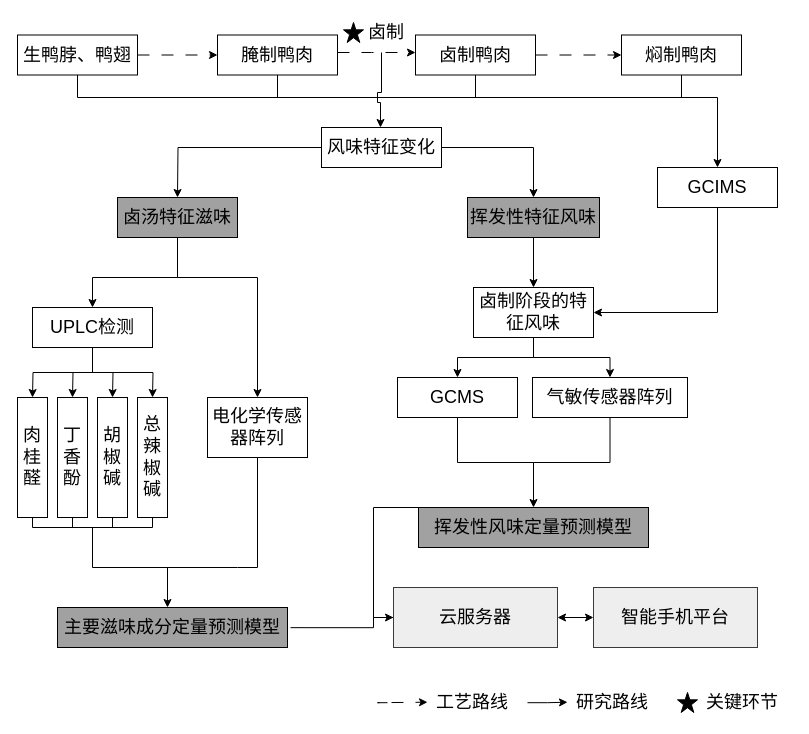
zheng-oh/dragrams keeps this draw.io diagram as 大论文.drawio. Above is the earlier version. Source tidied: cells renumbered, new cells numbered last; positions are measured from the earlier drawing's top-left corner, leaving out a move shared by most shapes. Both pictures are drawn from the tidied source at 100%, with x=0, y=0 at pixel (17, 17).
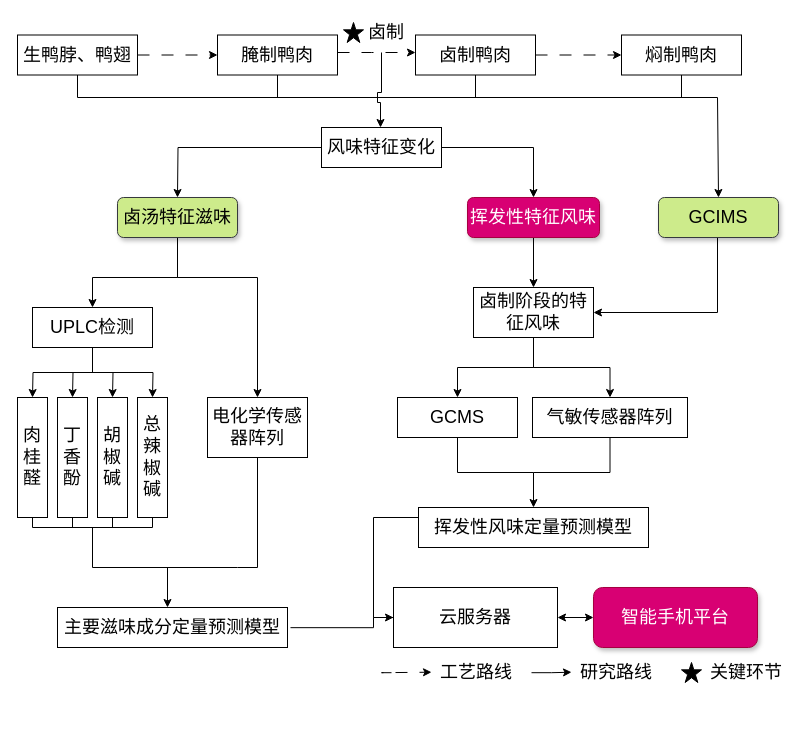
After the change.

The edit, as a diff of the source:
```diff
@@
     <mxCell id="13" style="edgeStyle=orthogonalEdgeStyle;rounded=0;orthogonalLoop=1;jettySize=auto;html=1;dashed=1;dashPattern=12 12;" parent="1" edge="1">
       <mxGeometry relative="1" as="geometry">
-        <mxPoint x="370" y="685.2" as="sourcePoint" />
-        <mxPoint x="410" y="684.7" as="targetPoint" />
+        <mxPoint x="374" y="655.2" as="sourcePoint" />
+        <mxPoint x="414" y="654.7" as="targetPoint" />
         <Array as="points">
-          <mxPoint x="360" y="684.7" />
-          <mxPoint x="360" y="684.7" />
+          <mxPoint x="364" y="654.7" />
+          <mxPoint x="364" y="654.7" />
         </Array>
       </mxGeometry>
     </mxCell>
     <mxCell id="14" value="&lt;font style=&quot;font-size: 18px;&quot;&gt;工艺路线&lt;/font&gt;" style="text;strokeColor=none;align=center;fillColor=none;html=1;verticalAlign=middle;whiteSpace=wrap;rounded=0;" parent="1" vertex="1">
-      <mxGeometry x="410" y="670" width="90" height="30" as="geometry" />
+      <mxGeometry x="414" y="640" width="90" height="30" as="geometry" />
     </mxCell>
     <mxCell id="15" style="edgeStyle=orthogonalEdgeStyle;rounded=0;orthogonalLoop=1;jettySize=auto;html=1;" parent="1" edge="1">
       <mxGeometry relative="1" as="geometry">
-        <mxPoint x="510" y="685.2" as="sourcePoint" />
-        <mxPoint x="550" y="684.7" as="targetPoint" />
+        <mxPoint x="514" y="655.2" as="sourcePoint" />
+        <mxPoint x="554" y="654.7" as="targetPoint" />
         <Array as="points">
-          <mxPoint x="530" y="685" />
+          <mxPoint x="534" y="655" />
         </Array>
       </mxGeometry>
     </mxCell>
     <mxCell id="16" value="&lt;font style=&quot;font-size: 18px;&quot;&gt;研究路线&lt;/font&gt;" style="text;strokeColor=none;align=center;fillColor=none;html=1;verticalAlign=middle;whiteSpace=wrap;rounded=0;" parent="1" vertex="1">
-      <mxGeometry x="550" y="670" width="90" height="30" as="geometry" />
+      <mxGeometry x="554" y="640" width="90" height="30" as="geometry" />
     </mxCell>
     <mxCell id="17" value="&lt;font style=&quot;font-size: 18px;&quot;&gt;关键环节&lt;/font&gt;" style="text;strokeColor=none;align=center;fillColor=none;html=1;verticalAlign=middle;whiteSpace=wrap;rounded=0;" parent="1" vertex="1">
-      <mxGeometry x="680" y="670" width="90" height="30" as="geometry" />
+      <mxGeometry x="684" y="640" width="90" height="30" as="geometry" />
     </mxCell>
     <mxCell id="18" style="verticalLabelPosition=bottom;verticalAlign=top;html=1;shape=mxgraph.basic.star;fillColor=#000000;" parent="1" vertex="1">
-      <mxGeometry x="660" y="675" width="20" height="20" as="geometry" />
+      <mxGeometry x="664" y="645" width="20" height="20" as="geometry" />
     </mxCell>
@@
-    <mxCell id="20" value="&lt;span style=&quot;font-size: 18px;&quot;&gt;卤制&lt;/span&gt;" style="text;strokeColor=none;align=center;fillColor=none;html=1;verticalAlign=middle;whiteSpace=wrap;rounded=0;" parent="1" vertex="1">
+    <mxCell id="20" value="&lt;span style=&quot;font-size: 18px;&quot;&gt;卤制&lt;/span&gt;" style="text;align=center;html=1;verticalAlign=middle;whiteSpace=wrap;rounded=0;" parent="1" vertex="1">
       <mxGeometry x="346" width="46" height="30" as="geometry" />
     </mxCell>
@@
-    <mxCell id="27" value="&lt;span style=&quot;font-size: 18px;&quot;&gt;卤汤特征滋味&lt;/span&gt;" style="whiteSpace=wrap;html=1;rounded=0;labelBackgroundColor=#A1A1A1;fillColor=#A1A1A1;" parent="1" vertex="1">
+    <mxCell id="27" value="&lt;span style=&quot;font-size: 18px;&quot;&gt;卤汤特征滋味&lt;/span&gt;" style="whiteSpace=wrap;html=1;rounded=1;labelBackgroundColor=none;fillColor=#cdeb8b;strokeColor=#36393d;gradientColor=none;gradientDirection=north;glass=0;shadow=1;" parent="1" vertex="1">
       <mxGeometry x="100" y="180" width="120" height="40" as="geometry" />
     </mxCell>
@@
-    <mxCell id="29" value="&lt;span style=&quot;font-size: 18px;&quot;&gt;挥发性特征风味&lt;/span&gt;" style="whiteSpace=wrap;html=1;rounded=0;labelBackgroundColor=#A1A1A1;fillColor=#A1A1A1;" parent="1" vertex="1">
+    <mxCell id="29" value="&lt;span style=&quot;font-size: 18px;&quot;&gt;挥发性特征风味&lt;/span&gt;" style="whiteSpace=wrap;html=1;rounded=1;labelBackgroundColor=none;fillColor=#d80073;fontColor=#ffffff;strokeColor=#A50040;shadow=1;" parent="1" vertex="1">
       <mxGeometry x="450" y="180" width="132" height="40" as="geometry" />
     </mxCell>
@@
-    <mxCell id="49" value="&lt;span style=&quot;font-size: 18px;&quot;&gt;主要滋味成分定量预测模型&lt;/span&gt;" style="whiteSpace=wrap;html=1;rounded=0;fillColor=#A1A1A1;" parent="1" vertex="1">
+    <mxCell id="49" value="&lt;span style=&quot;font-size: 18px;&quot;&gt;主要滋味成分定量预测模型&lt;/span&gt;" style="whiteSpace=wrap;html=1;rounded=0;" parent="1" vertex="1">
       <mxGeometry x="40" y="590" width="230" height="40" as="geometry" />
     </mxCell>
@@
-    <mxCell id="51" value="&lt;span style=&quot;font-size: 18px;&quot;&gt;GCIMS&lt;/span&gt;" style="whiteSpace=wrap;html=1;rounded=0;" parent="1" vertex="1">
-      <mxGeometry x="640" y="150" width="120" height="40" as="geometry" />
+    <mxCell id="51" value="&lt;span style=&quot;font-size: 18px;&quot;&gt;GCIMS&lt;/span&gt;" style="whiteSpace=wrap;html=1;rounded=1;fillColor=#cdeb8b;strokeColor=#36393d;shadow=1;gradientDirection=north;fillStyle=auto;" parent="1" vertex="1">
+      <mxGeometry x="641" y="180" width="120" height="40" as="geometry" />
     </mxCell>
@@
     <mxCell id="56" value="&lt;span style=&quot;font-size: 18px;&quot;&gt;GCMS&lt;/span&gt;" style="whiteSpace=wrap;html=1;rounded=0;" parent="1" vertex="1">
-      <mxGeometry x="380" y="360" width="120" height="40" as="geometry" />
+      <mxGeometry x="380" y="380" width="120" height="40" as="geometry" />
     </mxCell>
     <mxCell id="57" style="edgeStyle=orthogonalEdgeStyle;rounded=0;orthogonalLoop=1;jettySize=auto;html=1;endArrow=none;endFill=0;" parent="1" edge="1">
       <mxGeometry relative="1" as="geometry">
         <mxPoint x="592.5" y="400" as="sourcePoint" />
         <mxPoint x="516" y="455" as="targetPoint" />
         <Array as="points">
-          <mxPoint x="593" y="445" />
-          <mxPoint x="516" y="445" />
+          <mxPoint x="593" y="455" />
         </Array>
       </mxGeometry>
     </mxCell>
     <mxCell id="58" value="&lt;span style=&quot;font-size: 18px;&quot;&gt;气敏传感器阵列&lt;/span&gt;" style="whiteSpace=wrap;html=1;rounded=0;" parent="1" vertex="1">
-      <mxGeometry x="515" y="360" width="155" height="40" as="geometry" />
+      <mxGeometry x="515" y="380" width="155" height="40" as="geometry" />
     </mxCell>
@@
     <mxCell id="63" style="edgeStyle=orthogonalEdgeStyle;rounded=0;jettySize=auto;html=1;entryX=0;entryY=0.5;entryDx=0;entryDy=0;" parent="1" edge="1" source="64" target="66">
       <mxGeometry relative="1" as="geometry">
         <Array as="points">
-          <mxPoint x="356" y="490" />
+          <mxPoint x="356" y="500" />
           <mxPoint x="356" y="600" />
         </Array>
       </mxGeometry>
     </mxCell>
-    <mxCell id="64" value="&lt;span style=&quot;font-size: 18px;&quot;&gt;挥发性风味定量预测模型&lt;/span&gt;" style="whiteSpace=wrap;html=1;rounded=0;fillColor=#A1A1A1;" parent="1" vertex="1">
+    <mxCell id="64" value="&lt;span style=&quot;font-size: 18px;&quot;&gt;挥发性风味定量预测模型&lt;/span&gt;" style="whiteSpace=wrap;html=1;rounded=0;" parent="1" vertex="1">
       <mxGeometry x="401" y="490" width="230" height="40" as="geometry" />
     </mxCell>
@@
-    <mxCell id="66" value="&lt;span style=&quot;font-size: 18px;&quot;&gt;云服务器&lt;/span&gt;" style="whiteSpace=wrap;html=1;rounded=0;fillColor=#eeeeee;strokeColor=#36393d;" parent="1" vertex="1">
+    <mxCell id="66" value="&lt;span style=&quot;font-size: 18px;&quot;&gt;云服务器&lt;/span&gt;" style="whiteSpace=wrap;html=1;rounded=0;" parent="1" vertex="1">
       <mxGeometry x="376" y="570" width="164" height="60" as="geometry" />
     </mxCell>
-    <mxCell id="67" value="&lt;span style=&quot;font-size: 18px;&quot;&gt;智能手机平台&lt;/span&gt;" style="whiteSpace=wrap;html=1;rounded=0;fillColor=#eeeeee;strokeColor=#36393d;" parent="1" vertex="1">
+    <mxCell id="67" value="&lt;span style=&quot;font-size: 18px;&quot;&gt;智能手机平台&lt;/span&gt;" style="whiteSpace=wrap;html=1;rounded=1;fillColor=#d80073;strokeColor=#A50040;shadow=1;fontColor=#ffffff;" parent="1" vertex="1">
       <mxGeometry x="576" y="570" width="164" height="60" as="geometry" />
     </mxCell>
```
